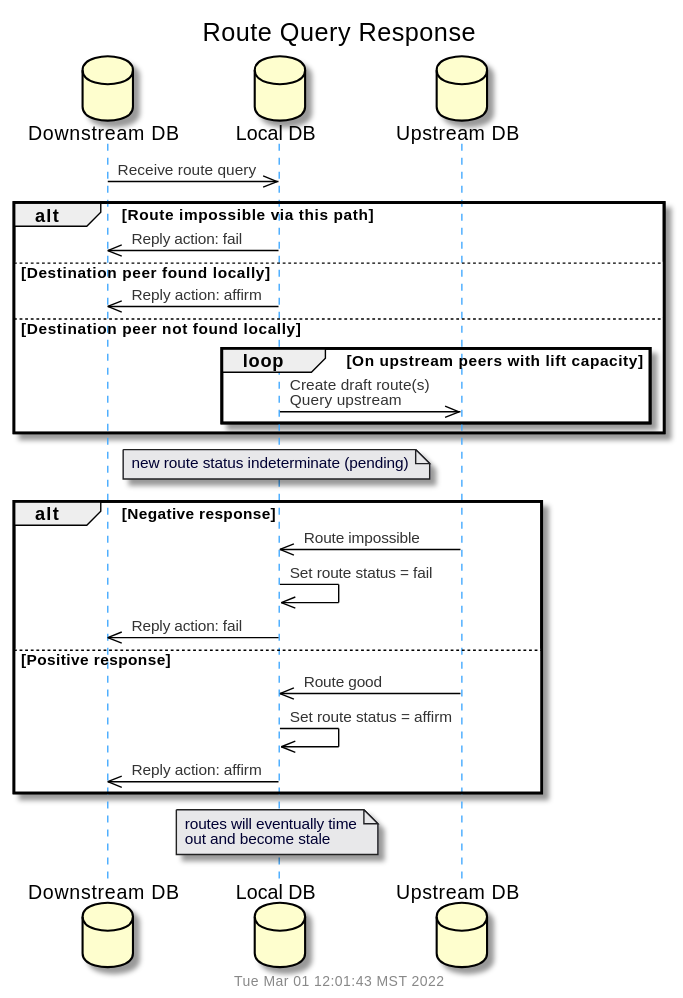
This is doc/uml/seq-route.svg from gotchoices/MyCHIPs, a PlantUML export, as it was before one commit.
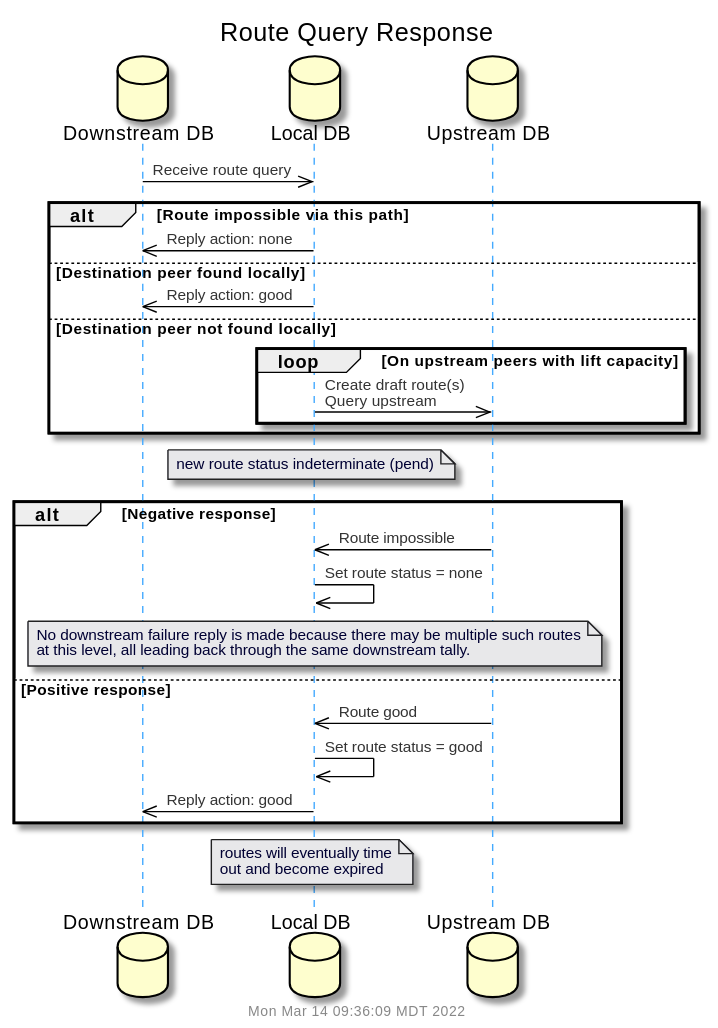
The same diagram one commit later.

What changed in the source:
```diff
@@ -5,14 +5,13 @@
 database "Local DB" as localDB
 database "Upstream DB" as upDB
 
-
 downDB	->>	localDB:	Receive route query
 
 alt Route impossible via this path
-  localDB	->>	downDB:	Reply action: fail
+  localDB	->>	downDB:	Reply action: none
 
 else Destination peer found locally
-  localDB	->>	downDB:	Reply action: affirm
+  localDB	->>	downDB:	Reply action: good
 
 else Destination peer not found locally
   loop On upstream peers with lift capacity
@@ -20,19 +19,19 @@
   end
 end
 
-  note over localDB: new route status indeterminate (pending)
+  note over localDB: new route status indeterminate (pend)
 
 alt Negative response
   upDB	->>	localDB:		Route impossible
-  localDB	->>	localDB:	Set route status = fail
-  localDB	->>	downDB:	Reply action: fail
+  localDB	->>	localDB:	Set route status = none
+  note over downDB, upDB: No downstream failure reply is made because there may be multiple such routes\nat this level, all leading back through the same downstream tally.
 
 else Positive response
   upDB	->>	localDB:		Route good
-  localDB	->>	localDB:	Set route status = affirm
-  localDB	->>	downDB:	Reply action: affirm
+  localDB	->>	localDB:	Set route status = good
+  localDB	->>	downDB:	Reply action: good
 
 end
-  note over localDB: routes will eventually time\nout and become stale
+  note over localDB: routes will eventually time\nout and become expired
 
 @enduml
```
